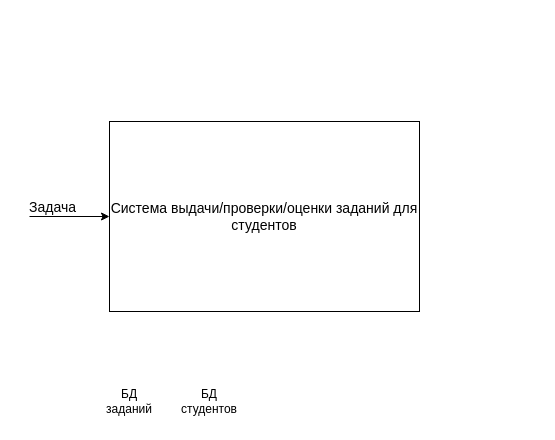
Above: ISI_2.drawio in novikovikbo/homework (draw.io), before the change. Source tidied: cells renumbered, new cells numbered last; positions are measured from the earlier drawing's top-left corner, leaving out a move shared by most shapes. Both pictures are drawn from the tidied source at 100%, with x=0, y=0 at pixel (27, 121).
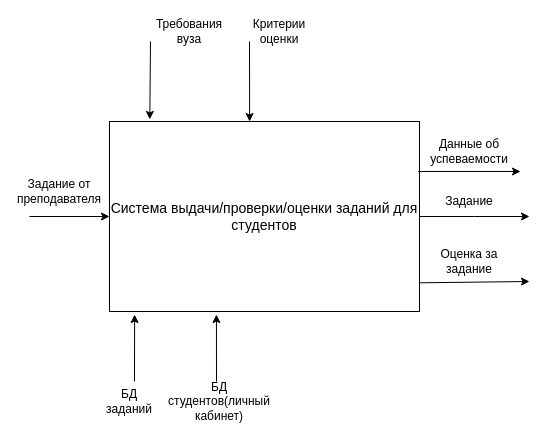
Above is the later version.

Unchanged cells that the change refers to:
```xml
<mxCell id="2" value="&lt;span id=&quot;docs-internal-guid-64730f6f-7fff-f685-0d6b-c4d00d496335&quot;&gt;&lt;span&gt;&lt;font style=&quot;font-size: 14px&quot;&gt;Система выдачи/проверки/оценки заданий для студентов&lt;/font&gt;&lt;/span&gt;&lt;/span&gt;" style="rounded=0;whiteSpace=wrap;html=1;fontStyle=0;" parent="1" vertex="1">
  <mxGeometry x="82" width="310" height="190" as="geometry" />
</mxCell>
```

The edit, as a diff of the source:
```diff
@@
+    <mxCell id="7" style="edgeStyle=orthogonalEdgeStyle;rounded=0;jettySize=auto;html=1;" parent="1" edge="1" source="2">
+      <mxGeometry relative="1" as="geometry">
+        <mxPoint x="502" y="95" as="targetPoint" />
+      </mxGeometry>
+    </mxCell>
@@
-    <mxCell id="4" value="&lt;font style=&quot;font-size: 14px&quot;&gt;&lt;font style=&quot;font-size: 14px&quot;&gt;Зад&lt;/font&gt;ача&lt;/font&gt;&lt;br&gt;" style="text;html=1;align=left;verticalAlign=top;spacingTop=-4;fontStyle=0;" parent="1" vertex="1">
-      <mxGeometry y="75" width="60" height="20" as="geometry" />
-    </mxCell>
@@
-    <mxCell id="6" value="БД студентов" style="text;html=1;strokeColor=none;fillColor=none;align=center;verticalAlign=middle;whiteSpace=wrap;rounded=0;" parent="1" vertex="1">
-      <mxGeometry x="162" y="270" width="40" height="20" as="geometry" />
+    <mxCell id="6" value="БД студентов(личный кабинет)" style="text;html=1;strokeColor=none;fillColor=none;align=center;verticalAlign=middle;whiteSpace=wrap;rounded=0;" parent="1" vertex="1">
+      <mxGeometry x="172" y="270" width="40" height="20" as="geometry" />
     </mxCell>
+    <mxCell id="8" style="endArrow=classic;html=1;entryX=0.13;entryY=-0.011;entryDx=0;entryDy=0;entryPerimeter=0;" parent="1" edge="1" target="2">
+      <mxGeometry relative="1" as="geometry">
+        <mxPoint x="123" y="-80" as="sourcePoint" />
+      </mxGeometry>
+    </mxCell>
+    <mxCell id="9" style="endArrow=classic;html=1;entryX=0.081;entryY=1.016;entryDx=0;entryDy=0;entryPerimeter=0;" parent="1" edge="1" target="2">
+      <mxGeometry relative="1" as="geometry">
+        <mxPoint x="107" y="260" as="sourcePoint" />
+      </mxGeometry>
+    </mxCell>
+    <mxCell id="10" style="endArrow=classic;html=1;entryX=0.345;entryY=1.016;entryDx=0;entryDy=0;entryPerimeter=0;" parent="1" edge="1" target="2">
+      <mxGeometry relative="1" as="geometry">
+        <mxPoint x="189" y="260" as="sourcePoint" />
+      </mxGeometry>
+    </mxCell>
+    <mxCell id="11" value="Требования вуза" style="text;html=1;strokeColor=none;fillColor=none;align=center;verticalAlign=middle;whiteSpace=wrap;rounded=0;" parent="1" vertex="1">
+      <mxGeometry x="142" y="-100" width="40" height="20" as="geometry" />
+    </mxCell>
+    <mxCell id="12" style="endArrow=classic;html=1;exitX=0.998;exitY=0.849;exitDx=0;exitDy=0;exitPerimeter=0;" parent="1" edge="1" source="2">
+      <mxGeometry relative="1" as="geometry">
+        <mxPoint x="502" y="160" as="targetPoint" />
+      </mxGeometry>
+    </mxCell>
+    <mxCell id="13" value="Данные об успеваемости" style="text;html=1;strokeColor=none;fillColor=none;align=center;verticalAlign=middle;whiteSpace=wrap;rounded=0;" parent="1" vertex="1">
+      <mxGeometry x="402" y="20" width="80" height="20" as="geometry" />
+    </mxCell>
+    <mxCell id="14" value="Задание" style="text;html=1;strokeColor=none;fillColor=none;align=center;verticalAlign=middle;whiteSpace=wrap;rounded=0;" parent="1" vertex="1">
+      <mxGeometry x="402" y="70" width="80" height="20" as="geometry" />
+    </mxCell>
+    <mxCell id="15" value="Оценка за задание" style="text;html=1;strokeColor=none;fillColor=none;align=center;verticalAlign=middle;whiteSpace=wrap;rounded=0;" parent="1" vertex="1">
+      <mxGeometry x="402" y="130" width="80" height="20" as="geometry" />
+    </mxCell>
+    <mxCell id="16" style="endArrow=classic;html=1;exitX=0.996;exitY=0.263;exitDx=0;exitDy=0;exitPerimeter=0;" parent="1" edge="1" source="2">
+      <mxGeometry relative="1" as="geometry">
+        <mxPoint x="493" y="50" as="targetPoint" />
+      </mxGeometry>
+    </mxCell>
+    <mxCell id="17" value="Задание от преподавателя" style="text;html=1;strokeColor=none;fillColor=none;align=center;verticalAlign=middle;whiteSpace=wrap;rounded=0;" parent="1" vertex="1">
+      <mxGeometry x="12" y="60" width="40" height="20" as="geometry" />
+    </mxCell>
+    <mxCell id="18" style="endArrow=classic;html=1;entryX=0.452;entryY=0;entryDx=0;entryDy=0;entryPerimeter=0;" parent="1" edge="1" target="2">
+      <mxGeometry relative="1" as="geometry">
+        <mxPoint x="222" y="-80" as="sourcePoint" />
+      </mxGeometry>
+    </mxCell>
+    <mxCell id="19" value="Критерии оценки" style="text;html=1;strokeColor=none;fillColor=none;align=center;verticalAlign=middle;whiteSpace=wrap;rounded=0;" parent="1" vertex="1">
+      <mxGeometry x="232" y="-100" width="40" height="20" as="geometry" />
+    </mxCell>
```
